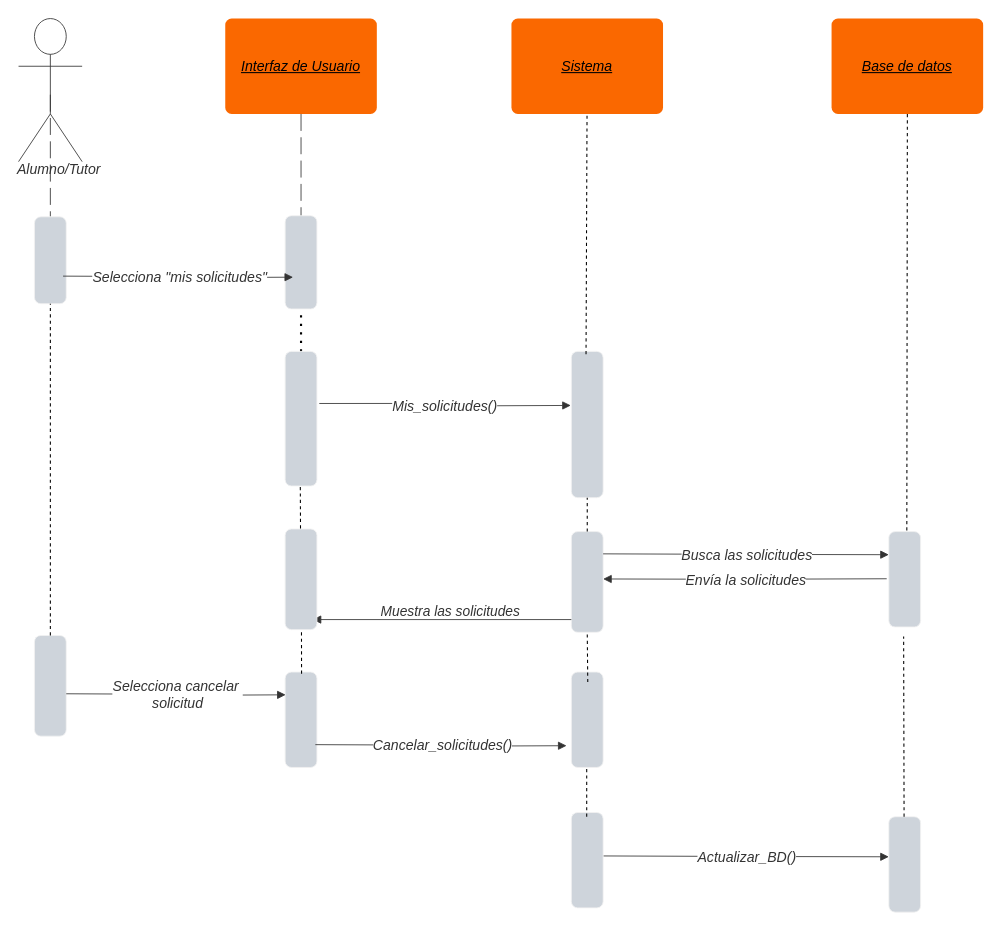
This is mis solicitudes.drawio from LP3kmikristian/TP_ARCE_DOREGO, a draw.io file, before an edit. Source tidied: cells renumbered, new cells numbered last; positions are measured from the earlier drawing's top-left corner, leaving out a move shared by most shapes. Both pictures are drawn from the tidied source at 106%, with x=0, y=0 at pixel (18, 18).
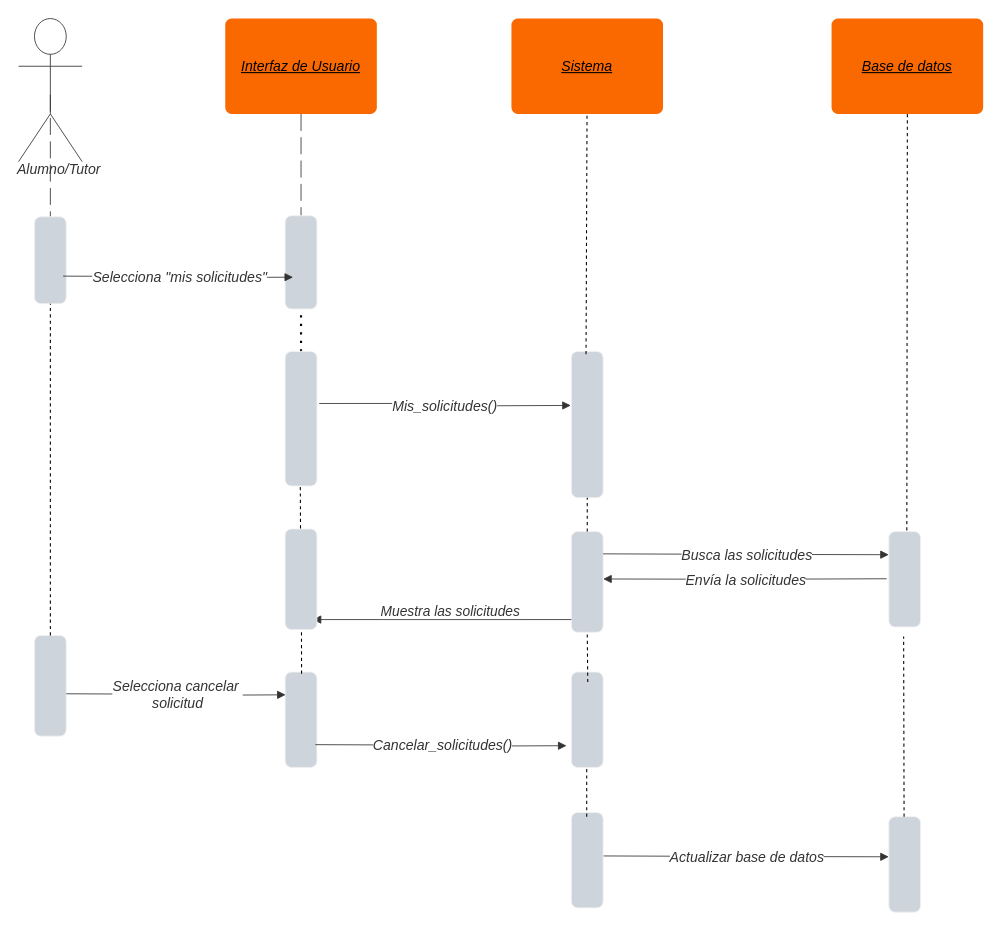
The same diagram, later.

The change refers to these unchanged cells:
```xml
<mxCell id="40" style="html=1;jettySize=18;whiteSpace=wrap;fontSize=13;strokeColor=#333333;strokeOpacity=100;strokeWidth=0.8;rounded=1;arcSize=10;edgeStyle=orthogonalEdgeStyle;startArrow=none;endArrow=block;endFill=1;lucidId=Yu5M0A2JVvTe;entryX=0;entryY=0.5;entryDx=0;entryDy=0;" parent="1" edge="1">
  <mxGeometry relative="1" as="geometry">
    <mxPoint x="551.5" y="790" as="sourcePoint" />
    <mxPoint x="821" y="790.8" as="targetPoint" />
  </mxGeometry>
</mxCell>
```

Change to the diagram source:
```diff
@@
-    <mxCell id="41" value="Actualizar_BD()" style="text;html=1;labelBackgroundColor=default;align=center;verticalAlign=middle;fontStyle=2;fontColor=#333333;fontSize=13.3;" parent="40" vertex="1">
+    <mxCell id="41" value="Actualizar base de datos" style="text;html=1;labelBackgroundColor=default;align=center;verticalAlign=middle;fontStyle=2;fontColor=#333333;fontSize=13.3;" parent="40" vertex="1">
       <mxGeometry relative="1" as="geometry" />
     </mxCell>
```
